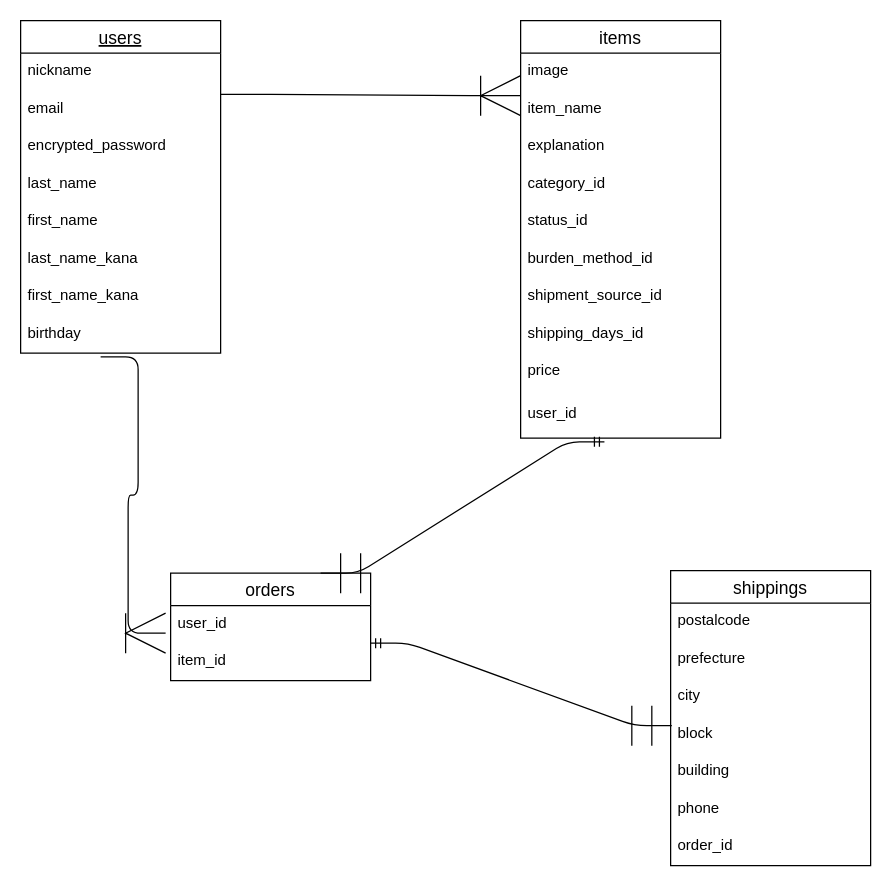
Earlier version of the draw.io diagram furima.dio (Stoneka/furima-36580). Source tidied: cells renumbered, new cells numbered last; positions are measured from the earlier drawing's top-left corner, leaving out a move shared by most shapes. Both pictures are drawn from the tidied source at 125%, with x=0, y=0 at pixel (20, 20).
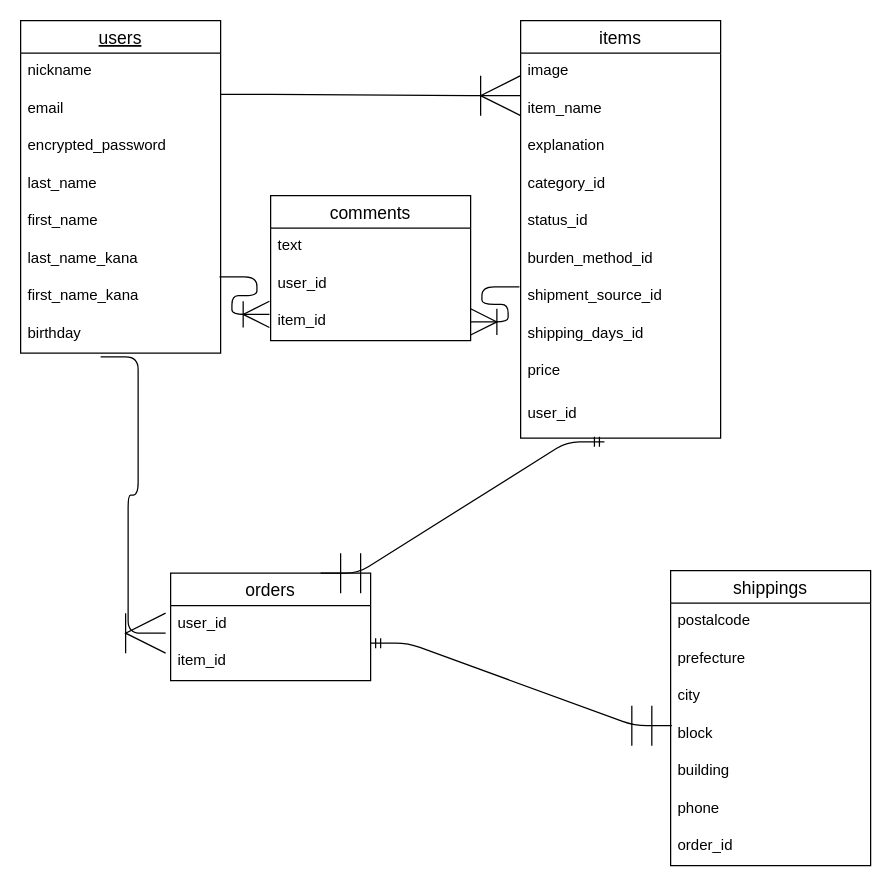
After the change.

Commit message (it also covers changes not shown here):
ER図、READMEの追記

The change refers to these unchanged cells:
```xml
<mxCell id="9" value="first_name_kana" style="text;strokeColor=none;fillColor=none;spacingLeft=4;spacingRight=4;overflow=hidden;points=[[0,0.5],[1,0.5]];portConstraint=eastwest;fontSize=12;" parent="2" vertex="1">
  <mxGeometry y="206" width="160" height="30" as="geometry" />
</mxCell>
<mxCell id="18" value="shipment_source_id" style="text;strokeColor=none;fillColor=none;spacingLeft=4;spacingRight=4;overflow=hidden;points=[[0,0.5],[1,0.5]];portConstraint=eastwest;fontSize=12;" parent="11" vertex="1">
  <mxGeometry y="206" width="160" height="30" as="geometry" />
</mxCell>
```

Diff of the diagram source:
```diff
@@
+    <mxCell id="37" value="comments" style="swimlane;fontStyle=0;horizontal=1;startSize=26;align=center;fontSize=14;" parent="1" vertex="1">
+      <mxGeometry x="200" y="140" width="160" height="116" as="geometry" />
+    </mxCell>
+    <mxCell id="38" value="text" style="text;strokeColor=none;fillColor=none;spacingLeft=4;spacingRight=4;overflow=hidden;fontSize=12;" parent="37" vertex="1">
+      <mxGeometry y="26" width="160" height="30" as="geometry" />
+    </mxCell>
+    <mxCell id="39" value="user_id" style="text;strokeColor=none;fillColor=none;spacingLeft=4;spacingRight=4;overflow=hidden;fontSize=12;" parent="37" vertex="1">
+      <mxGeometry y="56" width="160" height="30" as="geometry" />
+    </mxCell>
+    <mxCell id="40" value="item_id" style="text;strokeColor=none;fillColor=none;spacingLeft=4;spacingRight=4;overflow=hidden;points=[[0,0.5],[1,0.5]];portConstraint=eastwest;fontSize=12;" parent="37" vertex="1">
+      <mxGeometry y="86" width="160" height="30" as="geometry" />
+    </mxCell>
+    <mxCell id="41" style="edgeStyle=entityRelationEdgeStyle;fontSize=12;html=1;endArrow=ERoneToMany;endSize=19;exitX=0.994;exitY=-0.033;exitDx=0;exitDy=0;exitPerimeter=0;entryX=-0.006;entryY=0.3;entryDx=0;entryDy=0;entryPerimeter=0;" parent="1" edge="1" source="9" target="40">
+      <mxGeometry relative="1" as="geometry" />
+    </mxCell>
+    <mxCell id="42" style="edgeStyle=entityRelationEdgeStyle;fontSize=12;html=1;endArrow=ERoneToMany;exitX=-0.006;exitY=0.233;exitDx=0;exitDy=0;jumpSize=7;endSize=19;entryX=1;entryY=0.5;entryDx=0;entryDy=0;exitPerimeter=0;" parent="1" edge="1" source="18" target="40">
+      <mxGeometry relative="1" as="geometry" />
+    </mxCell>
```
